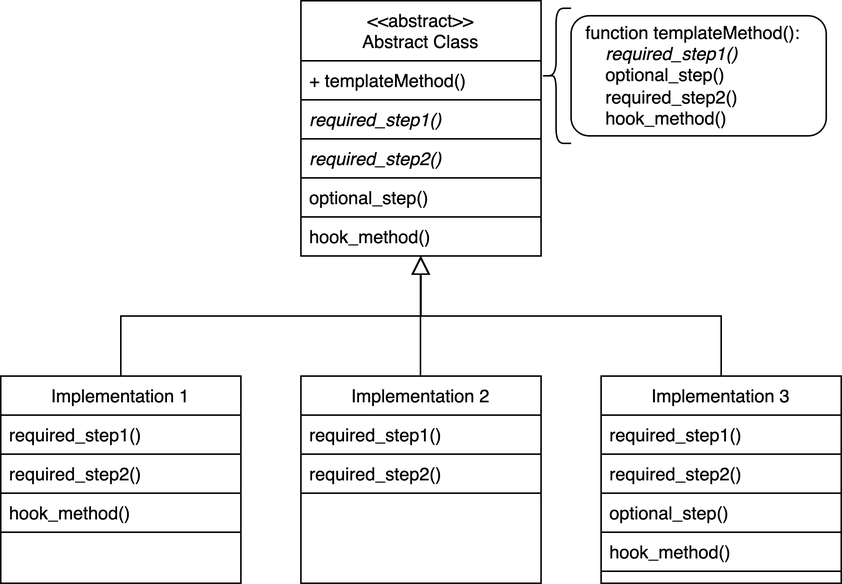
The draw.io diagram doc/assets/template-pattern-class-diagram.drawio.png in GehriJan/template-method-demo, before a commit. Source tidied: cells renumbered, new cells last; positions are measured from the earlier drawing's top-left corner, leaving out a move shared by most shapes. Its diagram source:
```xml
<mxGraphModel background="#ffffff">
  <root>
    <mxCell id="0" />
    <mxCell id="1" parent="0" />
    <mxCell id="2" value="&lt;&lt;abstract&gt;&gt;&#10;Abstract Class" style="swimlane;fontStyle=0;align=center;verticalAlign=top;horizontal=1;startSize=40;rounded=0;shadow=0;strokeWidth=1;strokeColor=#000000;fontColor=#000000;fillColor=#FFFFFF;" parent="1" vertex="1">
      <mxGeometry x="200" width="160" height="170" as="geometry" />
    </mxCell>
    <mxCell id="3" value="+ templateMethod()" style="text;align=left;verticalAlign=top;spacingLeft=4;spacingRight=4;overflow=hidden;strokeColor=#000000;fontColor=#000000;" parent="2" vertex="1">
      <mxGeometry y="40" width="160" height="26" as="geometry" />
    </mxCell>
    <mxCell id="4" value="required_step1()" style="text;align=left;verticalAlign=top;spacingLeft=4;spacingRight=4;overflow=hidden;fontStyle=2;strokeColor=#000000;fontColor=#000000;" parent="2" vertex="1">
      <mxGeometry y="66" width="160" height="26" as="geometry" />
    </mxCell>
    <mxCell id="5" value="required_step2()" style="text;align=left;verticalAlign=top;spacingLeft=4;spacingRight=4;overflow=hidden;fontStyle=2;strokeColor=#000000;fontColor=#000000;" parent="2" vertex="1">
      <mxGeometry y="92" width="160" height="26" as="geometry" />
    </mxCell>
    <mxCell id="6" value="optional_step()" style="text;align=left;verticalAlign=top;spacingLeft=4;spacingRight=4;overflow=hidden;fontStyle=0;strokeColor=#000000;fontColor=#000000;" parent="2" vertex="1">
      <mxGeometry y="118" width="160" height="26" as="geometry" />
    </mxCell>
    <mxCell id="7" value="hook_method()" style="text;align=left;verticalAlign=top;spacingLeft=4;spacingRight=4;overflow=hidden;fontStyle=0;strokeColor=#000000;fontColor=#000000;" parent="2" vertex="1">
      <mxGeometry y="144" width="160" height="26" as="geometry" />
    </mxCell>
    <mxCell id="8" value="Implementation 1" style="swimlane;fontStyle=0;align=center;verticalAlign=top;horizontal=1;startSize=26;rounded=0;shadow=0;strokeWidth=1;strokeColor=#000000;fontColor=#000000;fillColor=none;" parent="1" vertex="1">
      <mxGeometry y="250" width="160" height="138" as="geometry" />
    </mxCell>
    <mxCell id="9" value="required_step1()" style="text;align=left;verticalAlign=top;spacingLeft=4;spacingRight=4;overflow=hidden;strokeColor=#000000;fontColor=#000000;" parent="8" vertex="1">
      <mxGeometry y="26" width="160" height="26" as="geometry" />
    </mxCell>
    <mxCell id="10" value="required_step2()" style="text;align=left;verticalAlign=top;spacingLeft=4;spacingRight=4;overflow=hidden;strokeColor=#000000;fontColor=#000000;" parent="8" vertex="1">
      <mxGeometry y="52" width="160" height="26" as="geometry" />
    </mxCell>
    <mxCell id="11" value="hook_method()" style="text;align=left;verticalAlign=top;spacingLeft=4;spacingRight=4;overflow=hidden;strokeColor=#000000;fontColor=#000000;" parent="8" vertex="1">
      <mxGeometry y="78" width="160" height="26" as="geometry" />
    </mxCell>
    <mxCell id="12" style="endArrow=block;endSize=10;endFill=0;shadow=0;strokeWidth=1;rounded=0;curved=0;edgeStyle=elbowEdgeStyle;elbow=vertical;strokeColor=#000000;fontColor=#000000;" parent="1" edge="1" source="8">
      <mxGeometry relative="1" as="geometry">
        <mxPoint x="280" y="170" as="targetPoint" />
      </mxGeometry>
    </mxCell>
    <mxCell id="13" style="endArrow=block;endSize=10;endFill=0;shadow=0;strokeWidth=1;rounded=0;curved=0;edgeStyle=elbowEdgeStyle;elbow=vertical;exitX=0.5;exitY=0;exitDx=0;exitDy=0;strokeColor=#000000;fontColor=#000000;" parent="1" edge="1" source="14">
      <mxGeometry relative="1" as="geometry">
        <mxPoint x="280" y="170" as="targetPoint" />
      </mxGeometry>
    </mxCell>
    <mxCell id="14" value="Implementation 3" style="swimlane;fontStyle=0;align=center;verticalAlign=top;horizontal=1;startSize=26;rounded=0;shadow=0;strokeWidth=1;strokeColor=#000000;fontColor=#000000;fillColor=#FFFFFF;" parent="1" vertex="1">
      <mxGeometry x="400" y="250" width="160" height="138" as="geometry" />
    </mxCell>
    <mxCell id="15" value="required_step1()" style="text;align=left;verticalAlign=top;spacingLeft=4;spacingRight=4;overflow=hidden;fontStyle=0;strokeColor=#000000;fontColor=#000000;" parent="14" vertex="1">
      <mxGeometry y="26" width="160" height="26" as="geometry" />
    </mxCell>
    <mxCell id="16" value="required_step2()" style="text;align=left;verticalAlign=top;spacingLeft=4;spacingRight=4;overflow=hidden;fontStyle=0;strokeColor=#000000;fontColor=#000000;" parent="14" vertex="1">
      <mxGeometry y="52" width="160" height="26" as="geometry" />
    </mxCell>
    <mxCell id="17" value="optional_step()" style="text;align=left;verticalAlign=top;spacingLeft=4;spacingRight=4;overflow=hidden;strokeColor=#000000;fontColor=#000000;" parent="14" vertex="1">
      <mxGeometry y="78" width="160" height="26" as="geometry" />
    </mxCell>
    <mxCell id="18" value="hook_method()" style="text;align=left;verticalAlign=top;spacingLeft=4;spacingRight=4;overflow=hidden;strokeColor=#000000;fontColor=#000000;" parent="14" vertex="1">
      <mxGeometry y="104" width="160" height="26" as="geometry" />
    </mxCell>
    <mxCell id="19" style="shape=curlyBracket;whiteSpace=wrap;html=1;rounded=1;labelPosition=left;verticalLabelPosition=middle;align=right;verticalAlign=middle;strokeColor=#000000;fontColor=#000000;fillColor=none;" parent="1" vertex="1">
      <mxGeometry x="360" y="5" width="20" height="90" as="geometry" />
    </mxCell>
    <mxCell id="20" value="function templateMethod():&lt;br&gt;&amp;nbsp; &amp;nbsp; &lt;i&gt;required_step1()&lt;/i&gt;&lt;br&gt;&amp;nbsp; &amp;nbsp; optional_step()&lt;br&gt;&amp;nbsp; &amp;nbsp; required_step2()&amp;nbsp; &amp;nbsp;&amp;nbsp;&lt;br&gt;&amp;nbsp; &amp;nbsp; hook_method()" style="rounded=1;whiteSpace=wrap;html=1;strokeColor=#000000;fontColor=#000000;fillColor=none;align=left;horizontal=1;verticalAlign=middle;spacingLeft=0;spacing=10;" parent="1" vertex="1">
      <mxGeometry x="380" y="10" width="170" height="80" as="geometry" />
    </mxCell>
    <mxCell id="21" value="Implementation 2" style="swimlane;fontStyle=0;align=center;verticalAlign=top;horizontal=1;startSize=26;rounded=0;shadow=0;strokeWidth=1;strokeColor=#000000;fontColor=#000000;fillColor=#FFFFFF;" parent="1" vertex="1">
      <mxGeometry x="200" y="250" width="160" height="138" as="geometry" />
    </mxCell>
    <mxCell id="22" value="required_step1()" style="text;align=left;verticalAlign=top;spacingLeft=4;spacingRight=4;overflow=hidden;fontStyle=0;strokeColor=#000000;fontColor=#000000;" parent="21" vertex="1">
      <mxGeometry y="26" width="160" height="26" as="geometry" />
    </mxCell>
    <mxCell id="23" value="required_step2()" style="text;align=left;verticalAlign=top;spacingLeft=4;spacingRight=4;overflow=hidden;fontStyle=0;strokeColor=#000000;fontColor=#000000;" parent="21" vertex="1">
      <mxGeometry y="52" width="160" height="26" as="geometry" />
    </mxCell>
    <mxCell id="24" style="endArrow=block;endSize=10;endFill=0;shadow=0;strokeWidth=1;rounded=0;curved=0;edgeStyle=elbowEdgeStyle;elbow=vertical;strokeColor=#000000;fontColor=#000000;" parent="1" edge="1">
      <mxGeometry relative="1" as="geometry">
        <mxPoint x="279.6" y="250" as="sourcePoint" />
        <mxPoint x="279.6" y="170" as="targetPoint" />
        <Array as="points">
          <mxPoint x="379.6" y="250" />
        </Array>
      </mxGeometry>
    </mxCell>
  </root>
</mxGraphModel>
```
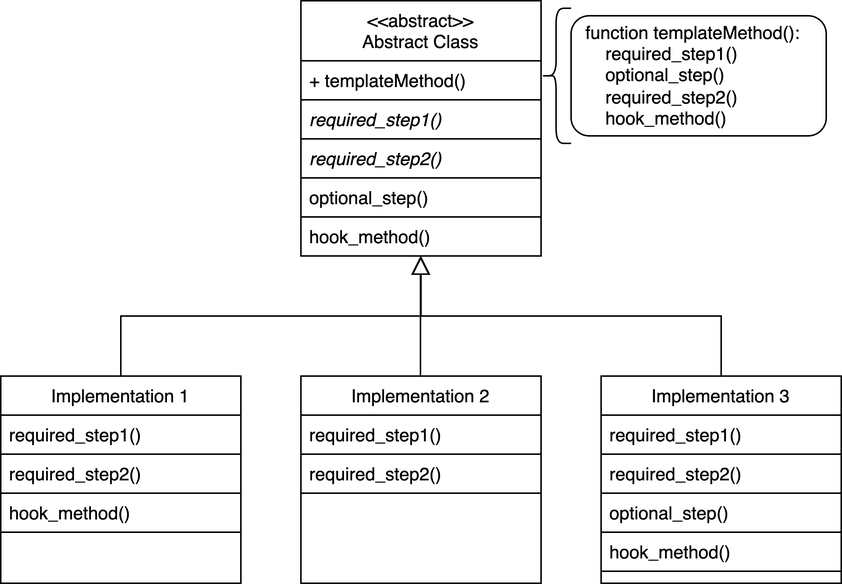
After the change.

Commit message:
feat: add optional abstract step for api request

What changed in the source:
```diff
@@ -60,7 +60,7 @@
     <mxCell id="19" style="shape=curlyBracket;whiteSpace=wrap;html=1;rounded=1;labelPosition=left;verticalLabelPosition=middle;align=right;verticalAlign=middle;strokeColor=#000000;fontColor=#000000;fillColor=none;" parent="1" vertex="1">
       <mxGeometry x="360" y="5" width="20" height="90" as="geometry" />
     </mxCell>
-    <mxCell id="20" value="function templateMethod():&lt;br&gt;&amp;nbsp; &amp;nbsp; &lt;i&gt;required_step1()&lt;/i&gt;&lt;br&gt;&amp;nbsp; &amp;nbsp; optional_step()&lt;br&gt;&amp;nbsp; &amp;nbsp; required_step2()&amp;nbsp; &amp;nbsp;&amp;nbsp;&lt;br&gt;&amp;nbsp; &amp;nbsp; hook_method()" style="rounded=1;whiteSpace=wrap;html=1;strokeColor=#000000;fontColor=#000000;fillColor=none;align=left;horizontal=1;verticalAlign=middle;spacingLeft=0;spacing=10;" parent="1" vertex="1">
+    <mxCell id="20" value="function templateMethod():&lt;br&gt;&amp;nbsp; &amp;nbsp; required_step1()&lt;br&gt;&amp;nbsp; &amp;nbsp; optional_step()&lt;br&gt;&amp;nbsp; &amp;nbsp; required_step2()&amp;nbsp; &amp;nbsp;&amp;nbsp;&lt;br&gt;&amp;nbsp; &amp;nbsp; hook_method()" style="rounded=1;whiteSpace=wrap;html=1;strokeColor=#000000;fontColor=#000000;fillColor=none;align=left;horizontal=1;verticalAlign=middle;spacingLeft=0;spacing=10;" parent="1" vertex="1">
       <mxGeometry x="380" y="10" width="170" height="80" as="geometry" />
     </mxCell>
     <mxCell id="21" value="Implementation 2" style="swimlane;fontStyle=0;align=center;verticalAlign=top;horizontal=1;startSize=26;rounded=0;shadow=0;strokeWidth=1;strokeColor=#000000;fontColor=#000000;fillColor=#FFFFFF;" parent="1" vertex="1">
```
